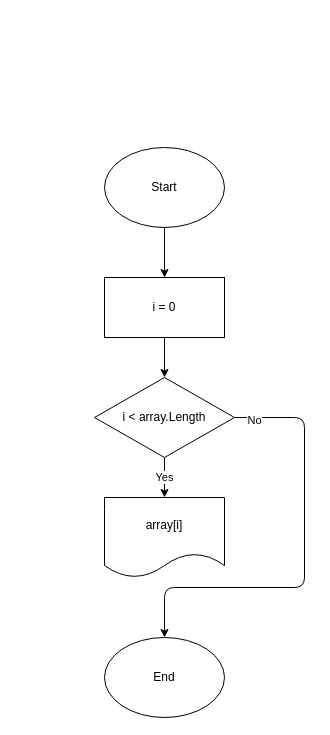
The draw.io diagram page "PrintArray method" (3 of 4) of Block_diagram.drawio in RumyancevaOlga/Final_verification_test, before the edit. Source tidied: cells renumbered, new cells numbered last; positions are measured from the earlier drawing's top-left corner, leaving out a move shared by most shapes. Both pictures are drawn from the tidied source at 100%, with x=0, y=0 at pixel (94, 147).
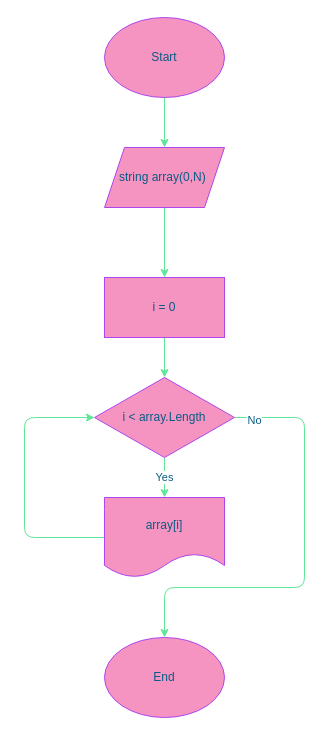
The same diagram, later.

Diff of the diagram source:
```diff
@@
 <mxGraphModel>
   <root>
     <mxCell id="0" />
     <mxCell id="1" parent="0" />
-    <mxCell id="2" style="edgeStyle=none;html=1;" parent="1" edge="1" source="3" target="5">
-      <mxGeometry relative="1" as="geometry" />
+    <mxCell id="2" style="edgeStyle=none;html=1;strokeColor=#60E696;fontColor=#095C86;" parent="1" edge="1" target="5">
+      <mxGeometry relative="1" as="geometry">
+        <mxPoint x="70" y="60" as="sourcePoint" />
+      </mxGeometry>
     </mxCell>
+    <mxCell id="12" style="edgeStyle=none;html=1;strokeColor=#60E696;fontColor=#095C86;" parent="1" edge="1" source="3" target="14">
+      <mxGeometry relative="1" as="geometry" />
+    </mxCell>
-    <mxCell id="3" value="Start" style="ellipse;whiteSpace=wrap;html=1;" parent="1" vertex="1">
-      <mxGeometry x="10" width="120" height="80" as="geometry" />
+    <mxCell id="3" value="Start" style="ellipse;whiteSpace=wrap;html=1;fillColor=#F694C1;strokeColor=#AF45ED;fontColor=#095C86;" parent="1" vertex="1">
+      <mxGeometry x="10" y="-130" width="120" height="80" as="geometry" />
     </mxCell>
-    <mxCell id="4" style="edgeStyle=none;html=1;" parent="1" edge="1" source="5" target="9">
+    <mxCell id="4" style="edgeStyle=none;html=1;strokeColor=#60E696;fontColor=#095C86;" parent="1" edge="1" source="5" target="9">
       <mxGeometry relative="1" as="geometry" />
     </mxCell>
-    <mxCell id="5" value="i = 0" style="rounded=0;whiteSpace=wrap;html=1;" parent="1" vertex="1">
+    <mxCell id="5" value="i = 0" style="rounded=0;whiteSpace=wrap;html=1;fillColor=#F694C1;strokeColor=#AF45ED;fontColor=#095C86;" parent="1" vertex="1">
       <mxGeometry x="10" y="130" width="120" height="60" as="geometry" />
     </mxCell>
-    <mxCell id="6" value="Yes" style="edgeStyle=none;html=1;" parent="1" edge="1" source="9" target="10">
+    <mxCell id="6" value="Yes" style="edgeStyle=none;html=1;strokeColor=#60E696;fontColor=#095C86;" parent="1" edge="1" source="9" target="10">
       <mxGeometry relative="1" as="geometry" />
     </mxCell>
-    <mxCell id="7" style="edgeStyle=none;html=1;entryX=0.5;entryY=0;entryDx=0;entryDy=0;exitX=1;exitY=0.5;exitDx=0;exitDy=0;" parent="1" edge="1" source="9" target="11">
+    <mxCell id="7" style="edgeStyle=none;html=1;entryX=0.5;entryY=0;entryDx=0;entryDy=0;exitX=1;exitY=0.5;exitDx=0;exitDy=0;strokeColor=#60E696;fontColor=#095C86;" parent="1" edge="1" source="9" target="11">
       <mxGeometry relative="1" as="geometry">
         <Array as="points">
           <mxPoint x="210" y="270" />
           <mxPoint x="210" y="440" />
           <mxPoint x="70" y="440" />
         </Array>
       </mxGeometry>
     </mxCell>
-    <mxCell id="8" value="No" style="edgeLabel;html=1;align=center;verticalAlign=middle;" parent="7" vertex="1">
+    <mxCell id="8" value="No" style="edgeLabel;html=1;align=center;verticalAlign=middle;fontColor=#095C86;" parent="7" vertex="1">
       <mxGeometry x="-0.91" y="-2" relative="1" as="geometry" />
     </mxCell>
-    <mxCell id="9" value="i &amp;lt; array.Length" style="rhombus;whiteSpace=wrap;html=1;" parent="1" vertex="1">
+    <mxCell id="9" value="i &amp;lt; array.Length" style="rhombus;whiteSpace=wrap;html=1;fillColor=#F694C1;strokeColor=#AF45ED;fontColor=#095C86;" parent="1" vertex="1">
       <mxGeometry y="230" width="140" height="80" as="geometry" />
     </mxCell>
+    <mxCell id="13" style="edgeStyle=none;html=1;entryX=0;entryY=0.5;entryDx=0;entryDy=0;strokeColor=#60E696;fontColor=#095C86;" parent="1" edge="1" source="10" target="9">
+      <mxGeometry relative="1" as="geometry">
+        <Array as="points">
+          <mxPoint x="-70" y="390" />
+          <mxPoint x="-70" y="270" />
+        </Array>
+      </mxGeometry>
+    </mxCell>
-    <mxCell id="10" value="array[i]" style="shape=document;whiteSpace=wrap;html=1;boundedLbl=1;" parent="1" vertex="1">
+    <mxCell id="10" value="array[i]" style="shape=document;whiteSpace=wrap;html=1;boundedLbl=1;fillColor=#F694C1;strokeColor=#AF45ED;fontColor=#095C86;" parent="1" vertex="1">
       <mxGeometry x="10" y="350" width="120" height="80" as="geometry" />
     </mxCell>
-    <mxCell id="11" value="End" style="ellipse;whiteSpace=wrap;html=1;" parent="1" vertex="1">
+    <mxCell id="11" value="End" style="ellipse;whiteSpace=wrap;html=1;fillColor=#F694C1;strokeColor=#AF45ED;fontColor=#095C86;" parent="1" vertex="1">
       <mxGeometry x="10" y="490" width="120" height="80" as="geometry" />
     </mxCell>
+    <mxCell id="14" value="string array(0,N)&amp;nbsp;" style="shape=parallelogram;perimeter=parallelogramPerimeter;whiteSpace=wrap;html=1;fixedSize=1;fillColor=#F694C1;strokeColor=#AF45ED;fontColor=#095C86;" parent="1" vertex="1">
+      <mxGeometry x="10" width="120" height="60" as="geometry" />
+    </mxCell>
   </root>
 </mxGraphModel>
```
